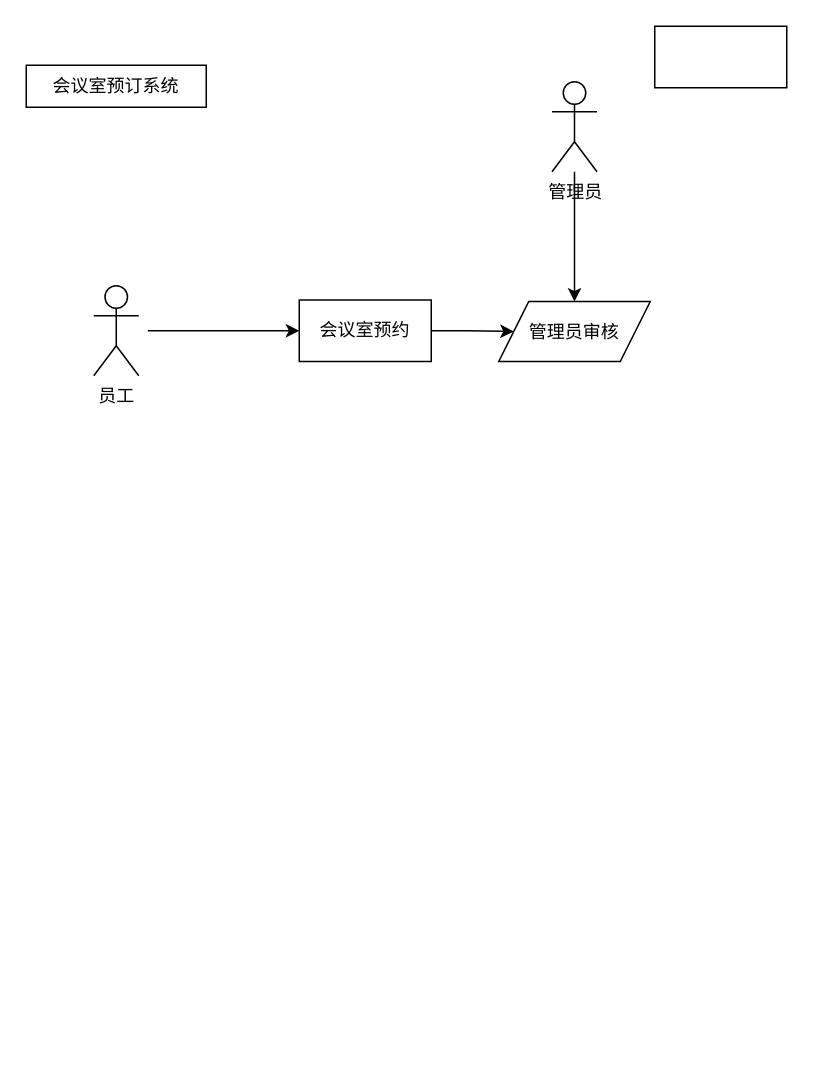
This is 软件开发综合实习.drawio from linf04/draw.io, a draw.io file, before an edit. Source tidied: cells renumbered, new cells numbered last; positions are measured from the earlier drawing's top-left corner, leaving out a move shared by most shapes. Both pictures are drawn from the tidied source at 150%, with x=0, y=0 at pixel (26, 26).
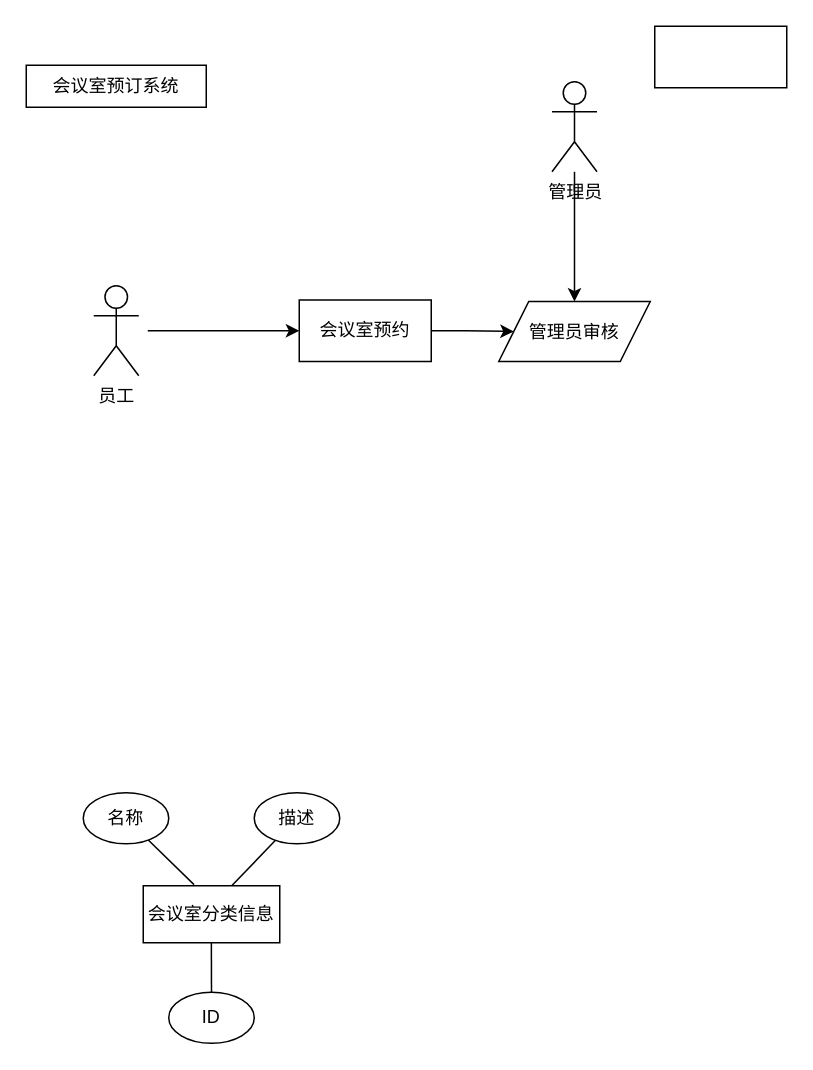
After the change.

Commit message:
更新软件开发综合实习.drawio

Diff of the diagram source:
```diff
@@
 <mxGraphModel>
   <root>
     <mxCell id="0" />
     <mxCell id="1" parent="0" />
     <mxCell id="2" value="会议室预订系统" style="rounded=0;whiteSpace=wrap;html=1;" parent="1" vertex="1">
       <mxGeometry y="26" width="120" height="28" as="geometry" />
     </mxCell>
     <mxCell id="3" value="员工" style="shape=umlActor;verticalLabelPosition=bottom;verticalAlign=top;html=1;" parent="1" vertex="1">
       <mxGeometry x="45" y="173" width="30" height="60" as="geometry" />
     </mxCell>
     <mxCell id="4" style="edgeStyle=orthogonalEdgeStyle;rounded=0;jettySize=auto;html=1;" parent="1" edge="1" source="5" target="10">
       <mxGeometry relative="1" as="geometry" />
     </mxCell>
     <mxCell id="5" value="管理员" style="shape=umlActor;verticalLabelPosition=bottom;verticalAlign=top;html=1;outlineConnect=0;" parent="1" vertex="1">
       <mxGeometry x="350.5" y="37" width="30" height="60" as="geometry" />
     </mxCell>
     <mxCell id="6" style="edgeStyle=orthogonalEdgeStyle;rounded=0;jettySize=auto;html=1;" parent="1" edge="1" source="7" target="10">
       <mxGeometry relative="1" as="geometry" />
     </mxCell>
     <mxCell id="7" value="会议室预约" style="rounded=0;whiteSpace=wrap;html=1;" parent="1" vertex="1">
       <mxGeometry x="182" y="182.5" width="88" height="41" as="geometry" />
     </mxCell>
     <mxCell id="8" style="rounded=0;whiteSpace=wrap;html=1;" parent="1" vertex="1">
       <mxGeometry x="419" width="88" height="41" as="geometry" />
     </mxCell>
     <mxCell id="9" style="endArrow=classic;html=1;rounded=0;entryX=0;entryY=0.5;entryDx=0;entryDy=0;" parent="1" edge="1" target="7">
       <mxGeometry relative="1" as="geometry">
         <mxPoint x="81" y="203" as="sourcePoint" />
       </mxGeometry>
     </mxCell>
     <mxCell id="10" value="管理员审核" style="shape=parallelogram;perimeter=parallelogramPerimeter;whiteSpace=wrap;html=1;fixedSize=1;" parent="1" vertex="1">
       <mxGeometry x="315" y="183.5" width="101" height="40" as="geometry" />
     </mxCell>
+    <mxCell id="11" value="会议室分类信息" style="rounded=0;whiteSpace=wrap;html=1;" parent="1" vertex="1">
+      <mxGeometry x="78" y="573" width="91" height="38" as="geometry" />
+    </mxCell>
+    <mxCell id="12" style="rounded=0;jettySize=auto;html=1;entryX=0.499;entryY=0.999;entryDx=0;entryDy=0;entryPerimeter=0;endArrow=none;endFill=0;" parent="1" edge="1" source="13" target="11">
+      <mxGeometry relative="1" as="geometry" />
+    </mxCell>
+    <mxCell id="13" value="ID" style="ellipse;whiteSpace=wrap;html=1;" parent="1" vertex="1">
+      <mxGeometry x="95" y="644" width="57" height="34" as="geometry" />
+    </mxCell>
+    <mxCell id="14" value="名称" style="ellipse;whiteSpace=wrap;html=1;" parent="1" vertex="1">
+      <mxGeometry x="38" y="511" width="57" height="34" as="geometry" />
+    </mxCell>
+    <mxCell id="15" value="描述" style="ellipse;whiteSpace=wrap;html=1;" parent="1" vertex="1">
+      <mxGeometry x="152" y="511" width="57" height="34" as="geometry" />
+    </mxCell>
+    <mxCell id="16" style="rounded=0;jettySize=auto;html=1;entryX=0.65;entryY=-0.003;entryDx=0;entryDy=0;entryPerimeter=0;endArrow=none;endFill=0;" parent="1" edge="1" source="15" target="11">
+      <mxGeometry relative="1" as="geometry" />
+    </mxCell>
+    <mxCell id="17" style="rounded=0;jettySize=auto;html=1;entryX=0.372;entryY=-0.02;entryDx=0;entryDy=0;entryPerimeter=0;endArrow=none;endFill=0;" parent="1" edge="1" source="14" target="11">
+      <mxGeometry relative="1" as="geometry" />
+    </mxCell>
   </root>
 </mxGraphModel>
```
